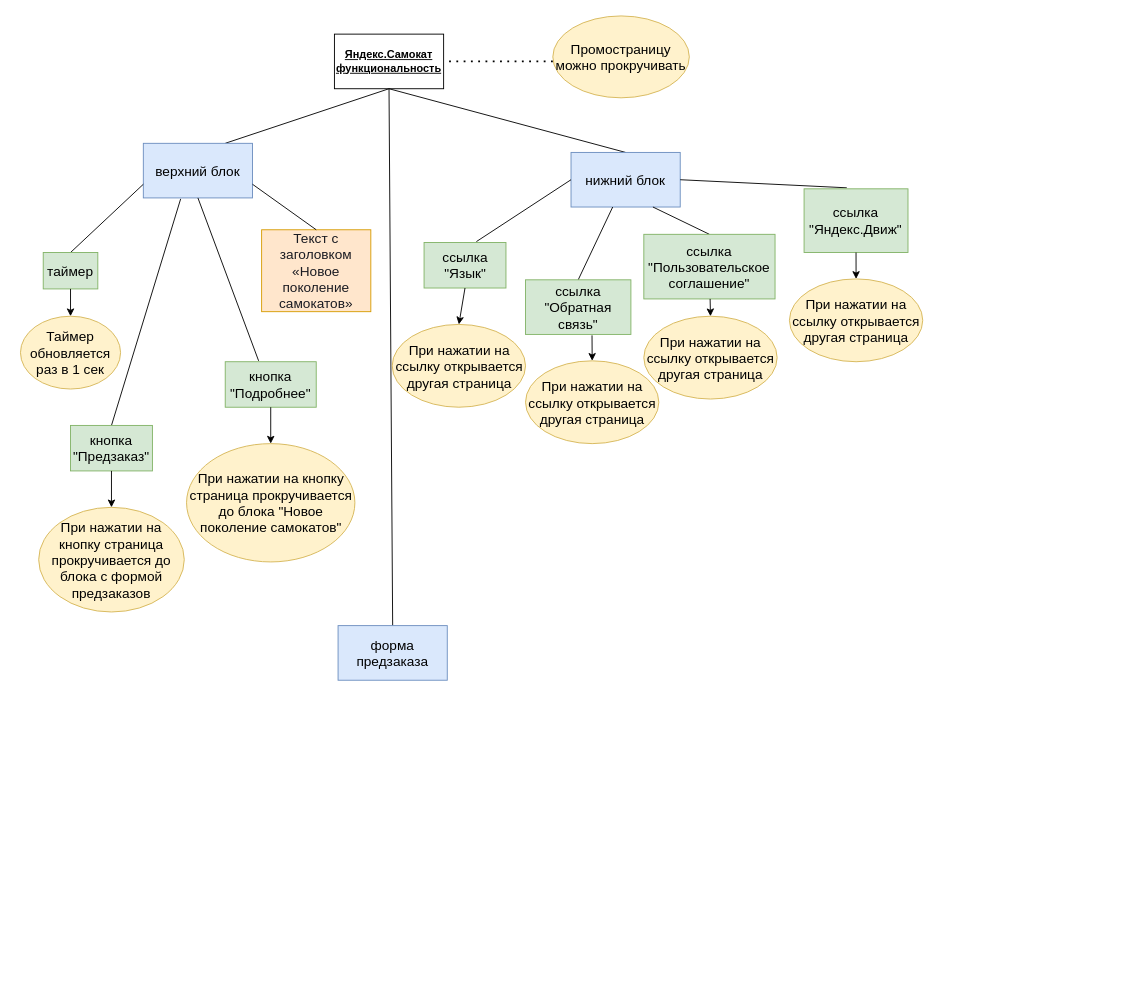
Earlier version of the draw.io diagram yandex.scooter1.drawio (OTVERTK4/yandex-40_1-1-sprint). Source tidied: cells renumbered, new cells numbered last; positions are measured from the earlier drawing's top-left corner, leaving out a move shared by most shapes. Both pictures are drawn from the tidied source at 91%, with x=0, y=0 at pixel (20, 15).
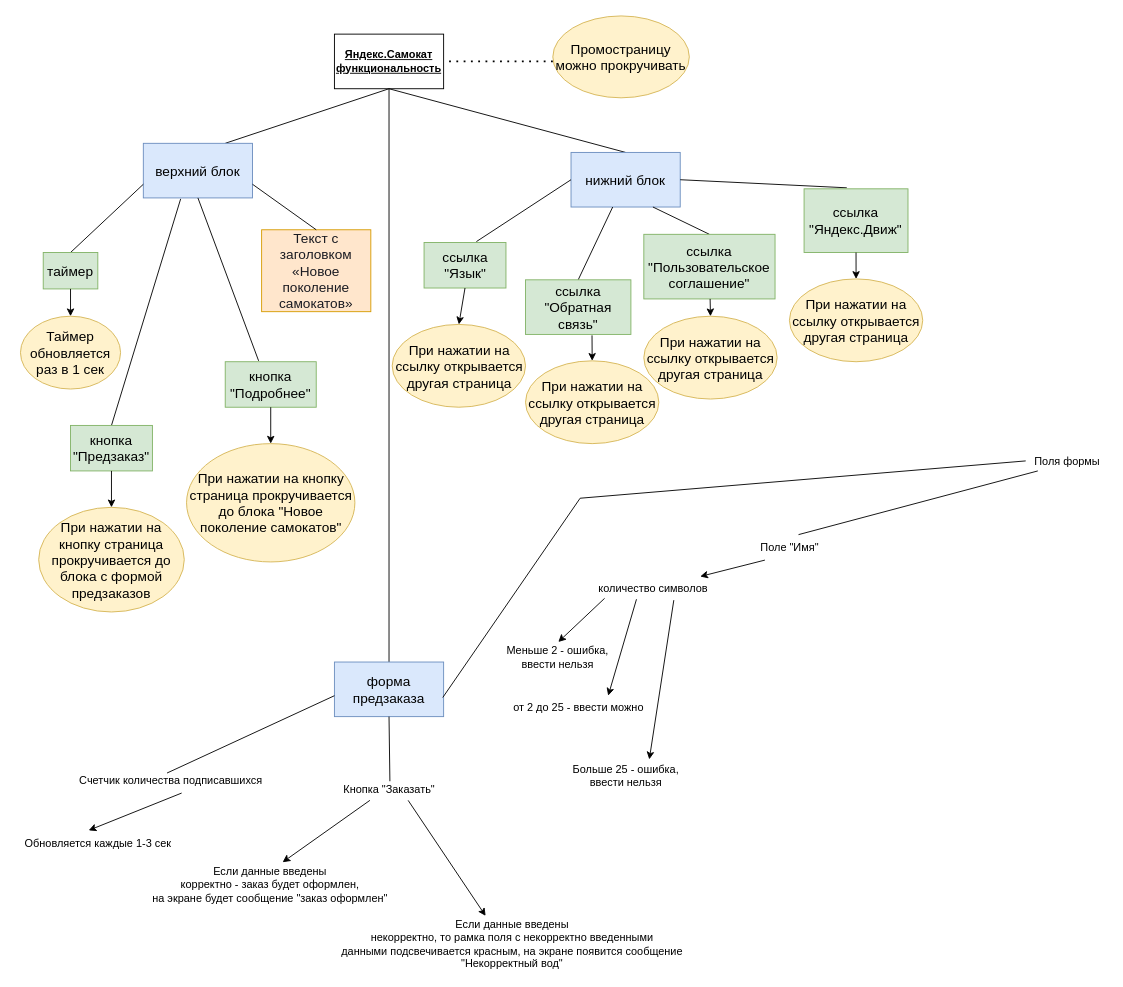
After the change.

What changed in the source:
```diff
@@
     <mxCell id="7" value="форма предзаказа" style="rounded=0;whiteSpace=wrap;html=1;fontFamily=Helvetica;fontSize=15;fillColor=#dae8fc;strokeColor=#6c8ebf;" parent="1" vertex="1">
-      <mxGeometry x="349" y="670" width="120" height="60" as="geometry" />
+      <mxGeometry x="345" y="710" width="120" height="60" as="geometry" />
     </mxCell>
@@
+    <mxCell id="41" style="endArrow=none;html=1;rounded=0;exitX=0.482;exitY=0.1;exitDx=0;exitDy=0;exitPerimeter=0;entryX=0;entryY=0.617;entryDx=0;entryDy=0;entryPerimeter=0;" parent="1" edge="1" source="44" target="7">
+      <mxGeometry relative="1" as="geometry" />
+    </mxCell>
+    <mxCell id="42" style="endArrow=none;html=1;rounded=0;entryX=0.5;entryY=1;entryDx=0;entryDy=0;exitX=0.508;exitY=0.05;exitDx=0;exitDy=0;exitPerimeter=0;" parent="1" edge="1" source="47" target="7">
+      <mxGeometry relative="1" as="geometry" />
+    </mxCell>
+    <mxCell id="43" style="endArrow=none;html=1;rounded=0;entryX=0.992;entryY=0.65;entryDx=0;entryDy=0;entryPerimeter=0;exitX=-0.004;exitY=0.45;exitDx=0;exitDy=0;exitPerimeter=0;" parent="1" edge="1" source="52" target="7">
+      <mxGeometry relative="1" as="geometry">
+        <Array as="points">
+          <mxPoint x="615" y="530" />
+        </Array>
+      </mxGeometry>
+    </mxCell>
+    <mxCell id="44" value="Счетчик количества подписавшихся" style="text;html=1;align=center;verticalAlign=middle;points=[];strokeColor=none;fillColor=none;" parent="1" vertex="1">
+      <mxGeometry x="55" y="830" width="220" height="20" as="geometry" />
+    </mxCell>
+    <mxCell id="45" style="endArrow=classic;html=1;rounded=0;exitX=0.555;exitY=1.2;exitDx=0;exitDy=0;exitPerimeter=0;entryX=0.444;entryY=-0.25;entryDx=0;entryDy=0;entryPerimeter=0;" parent="1" edge="1" source="44" target="46">
+      <mxGeometry relative="1" as="geometry" />
+    </mxCell>
+    <mxCell id="46" value="Обновляется каждые 1-3 сек" style="text;html=1;align=center;verticalAlign=middle;points=[];strokeColor=none;fillColor=none;" parent="1" vertex="1">
+      <mxGeometry x="-5" y="900" width="180" height="20" as="geometry" />
+    </mxCell>
+    <mxCell id="47" value="Кнопка &quot;Заказать&quot;" style="text;html=1;align=center;verticalAlign=middle;points=[];strokeColor=none;fillColor=none;" parent="1" vertex="1">
+      <mxGeometry x="345" y="840" width="120" height="20" as="geometry" />
+    </mxCell>
+    <mxCell id="48" style="endArrow=classic;html=1;rounded=0;exitX=0.325;exitY=1.1;exitDx=0;exitDy=0;exitPerimeter=0;entryX=0.552;entryY=0;entryDx=0;entryDy=0;entryPerimeter=0;" parent="1" edge="1" source="47" target="49">
+      <mxGeometry relative="1" as="geometry" />
+    </mxCell>
+    <mxCell id="49" value="Если данные введены&lt;br&gt;корректно - заказ будет оформлен,&lt;br&gt;на экране будет сообщение &quot;заказ оформлен&quot;" style="text;html=1;align=center;verticalAlign=middle;points=[];strokeColor=none;fillColor=none;" parent="1" vertex="1">
+      <mxGeometry x="139" y="930" width="270" height="50" as="geometry" />
+    </mxCell>
+    <mxCell id="50" style="endArrow=classic;html=1;rounded=0;exitX=0.675;exitY=1.1;exitDx=0;exitDy=0;exitPerimeter=0;entryX=0.426;entryY=-0.017;entryDx=0;entryDy=0;entryPerimeter=0;" parent="1" edge="1" source="47" target="51">
+      <mxGeometry relative="1" as="geometry" />
+    </mxCell>
+    <mxCell id="51" value="Если данные введены&lt;br&gt;некорректно, то рамка поля с некорректно введенными&lt;br&gt;данными подсвечивается красным, на экране появится сообщение&lt;br&gt;&quot;Некорректный вод&quot;" style="text;html=1;align=center;verticalAlign=middle;points=[];strokeColor=none;fillColor=none;" parent="1" vertex="1">
+      <mxGeometry x="345" y="990" width="390" height="60" as="geometry" />
+    </mxCell>
+    <mxCell id="52" value="Поля формы" style="text;html=1;align=center;verticalAlign=middle;points=[];strokeColor=none;fillColor=none;" parent="1" vertex="1">
+      <mxGeometry x="1105" y="480" width="90" height="20" as="geometry" />
+    </mxCell>
+    <mxCell id="53" style="endArrow=none;html=1;rounded=0;entryX=0.144;entryY=1;entryDx=0;entryDy=0;entryPerimeter=0;" parent="1" edge="1" target="52">
+      <mxGeometry relative="1" as="geometry">
+        <mxPoint x="855" y="570" as="sourcePoint" />
+      </mxGeometry>
+    </mxCell>
+    <mxCell id="54" value="Поле &quot;Имя&quot;" style="text;html=1;align=center;verticalAlign=middle;points=[];strokeColor=none;fillColor=none;" parent="1" vertex="1">
+      <mxGeometry x="805" y="575" width="80" height="20" as="geometry" />
+    </mxCell>
+    <mxCell id="55" style="endArrow=classic;html=1;rounded=0;exitX=0.163;exitY=1.15;exitDx=0;exitDy=0;exitPerimeter=0;entryX=0.871;entryY=-0.2;entryDx=0;entryDy=0;entryPerimeter=0;" parent="1" edge="1" source="54" target="56">
+      <mxGeometry relative="1" as="geometry" />
+    </mxCell>
+    <mxCell id="56" value="количество символов" style="text;html=1;align=center;verticalAlign=middle;points=[];strokeColor=none;fillColor=none;" parent="1" vertex="1">
+      <mxGeometry x="625" y="620" width="140" height="20" as="geometry" />
+    </mxCell>
+    <mxCell id="57" style="endArrow=classic;html=1;rounded=0;exitX=0.121;exitY=1;exitDx=0;exitDy=0;exitPerimeter=0;entryX=0.508;entryY=-0.067;entryDx=0;entryDy=0;entryPerimeter=0;" parent="1" edge="1" source="56" target="58">
+      <mxGeometry relative="1" as="geometry" />
+    </mxCell>
+    <mxCell id="58" value="Меньше 2 - ошибка,&lt;br&gt;ввести нельзя" style="text;html=1;align=center;verticalAlign=middle;points=[];strokeColor=none;fillColor=none;" parent="1" vertex="1">
+      <mxGeometry x="525" y="690" width="130" height="30" as="geometry" />
+    </mxCell>
+    <mxCell id="59" style="endArrow=classic;html=1;rounded=0;exitX=0.371;exitY=1.05;exitDx=0;exitDy=0;exitPerimeter=0;entryX=0.706;entryY=-0.15;entryDx=0;entryDy=0;entryPerimeter=0;" parent="1" edge="1" source="56" target="60">
+      <mxGeometry relative="1" as="geometry" />
+    </mxCell>
+    <mxCell id="60" value="от 2 до 25 - ввести можно" style="text;html=1;align=center;verticalAlign=middle;points=[];strokeColor=none;fillColor=none;" parent="1" vertex="1">
+      <mxGeometry x="532.9" y="750" width="160" height="20" as="geometry" />
+    </mxCell>
+    <mxCell id="61" style="endArrow=classic;html=1;rounded=0;exitX=0.664;exitY=1.1;exitDx=0;exitDy=0;exitPerimeter=0;entryX=0.7;entryY=-0.1;entryDx=0;entryDy=0;entryPerimeter=0;" parent="1" edge="1" source="56" target="62">
+      <mxGeometry relative="1" as="geometry" />
+    </mxCell>
+    <mxCell id="62" value="Больше 25 - ошибка,&lt;br&gt;ввести нельзя" style="text;html=1;align=center;verticalAlign=middle;points=[];strokeColor=none;fillColor=none;" parent="1" vertex="1">
+      <mxGeometry x="600" y="820" width="130" height="30" as="geometry" />
+    </mxCell>
```
